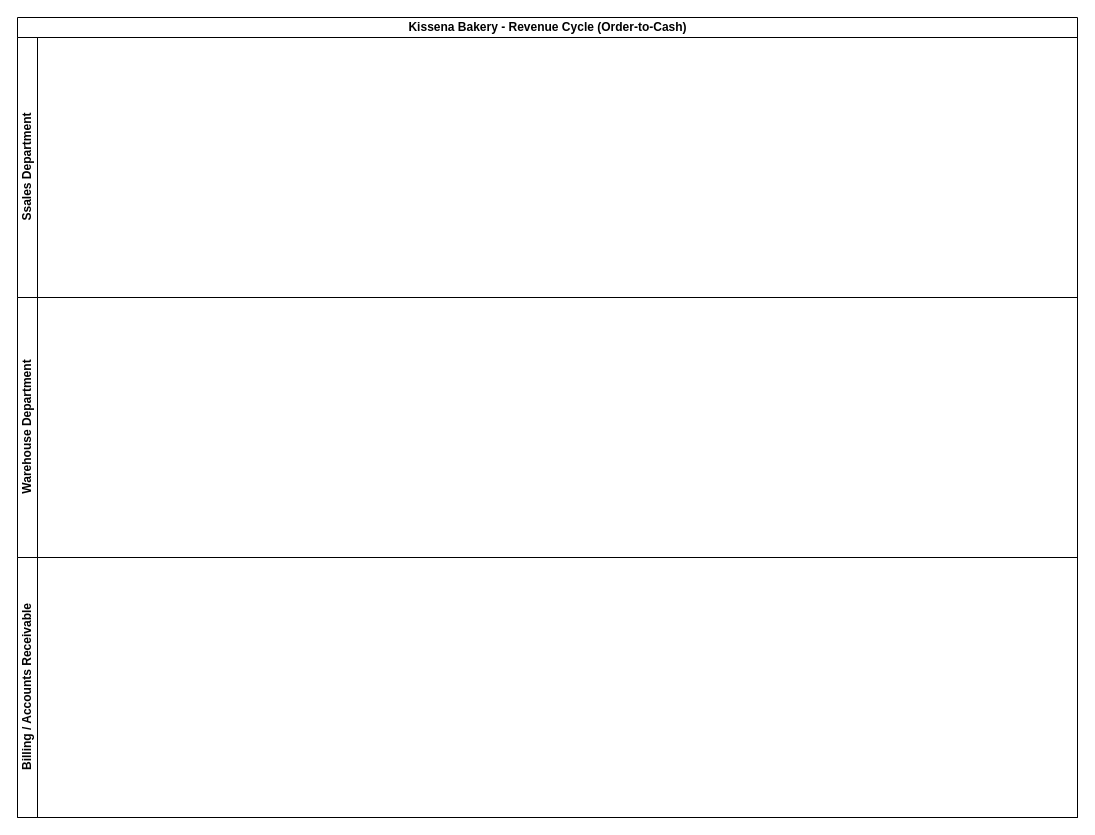
This is Revenue_Cycle_Control.drawio from callefrankie227-beep/drawio, a draw.io file, before an edit. Source tidied: cells renumbered, new cells numbered last; positions are measured from the earlier drawing's top-left corner, leaving out a move shared by most shapes. Both pictures are drawn from the tidied source at 100%, with x=0, y=0 at pixel (17, 17).
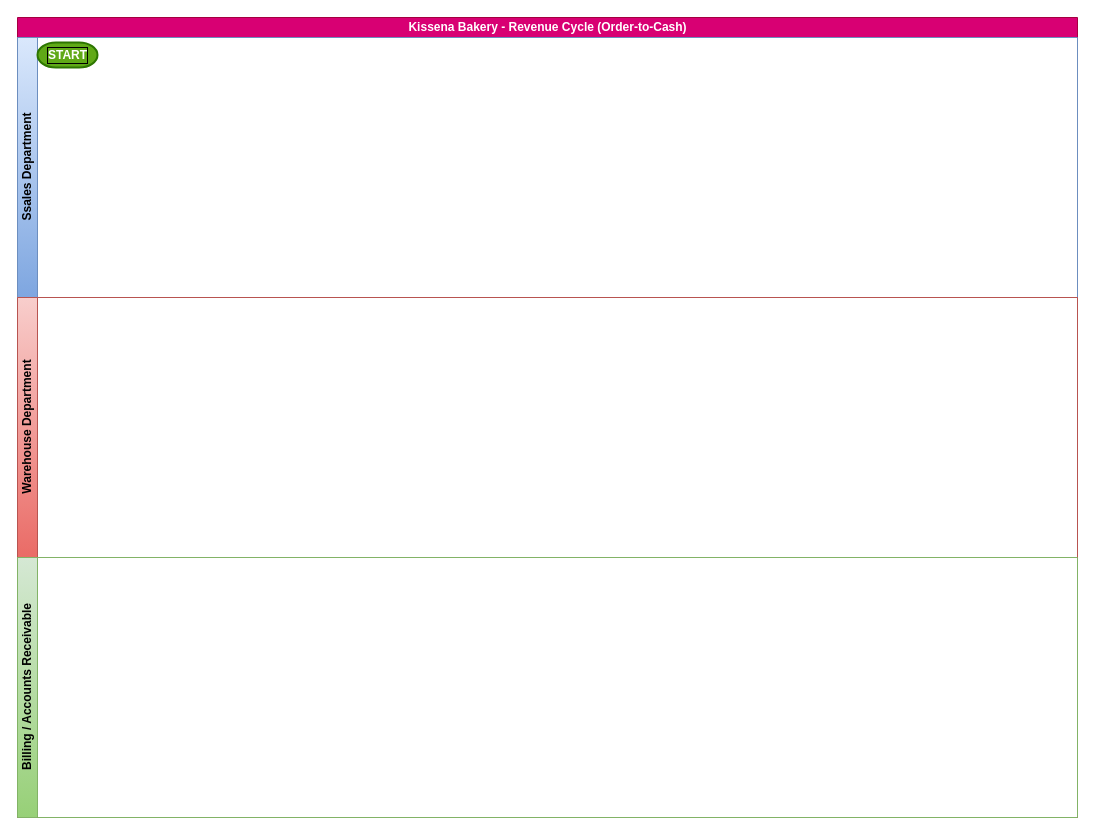
Above is the later version.

The edit, as a diff of the source:
```diff
@@
 <mxGraphModel>
   <root>
     <mxCell id="0" />
     <mxCell id="1" parent="0" />
-    <mxCell id="2" value="Kissena Bakery - Revenue Cycle (Order-to-Cash)" style="swimlane;horizontal=1;startSize=20;html=1;" parent="1" vertex="1">
+    <mxCell id="2" value="Kissena Bakery - Revenue Cycle (Order-to-Cash)" style="swimlane;horizontal=1;startSize=20;html=1;fillColor=#d80073;strokeColor=#A50040;fontColor=#ffffff;" parent="1" vertex="1">
       <mxGeometry width="1060" height="800" as="geometry" />
     </mxCell>
-    <mxCell id="3" value="Ssales Department" style="swimlane;startSize=20;horizontal=0;html=1;" parent="2" vertex="1">
+    <mxCell id="3" value="Ssales Department" style="swimlane;startSize=20;horizontal=0;html=1;fillColor=#dae8fc;gradientColor=#7ea6e0;strokeColor=#6c8ebf;labelBorderColor=none;" parent="2" vertex="1">
       <mxGeometry y="20" width="1060" height="260" as="geometry" />
     </mxCell>
+    <mxCell id="6" value="&lt;b&gt;START&lt;/b&gt;" style="strokeWidth=2;html=1;shape=mxgraph.flowchart.terminator;fillColor=#60a917;strokeColor=#2D7600;fontColor=#ffffff;labelBorderColor=light-dark(#000000,#66FF66);" parent="3" vertex="1">
+      <mxGeometry x="20" y="5" width="60" height="25" as="geometry" />
+    </mxCell>
-    <mxCell id="4" value="Warehouse Department" style="swimlane;startSize=20;horizontal=0;html=1;" parent="2" vertex="1">
+    <mxCell id="4" value="Warehouse Department" style="swimlane;startSize=20;horizontal=0;html=1;fillColor=#f8cecc;gradientColor=#ea6b66;strokeColor=#b85450;" parent="2" vertex="1">
       <mxGeometry y="280" width="1060" height="260" as="geometry" />
     </mxCell>
-    <mxCell id="5" value="Billing / Accounts Receivable" style="swimlane;startSize=20;horizontal=0;html=1;" parent="2" vertex="1">
+    <mxCell id="5" value="Billing / Accounts Receivable" style="swimlane;startSize=20;horizontal=0;html=1;fillColor=#d5e8d4;gradientColor=#97d077;strokeColor=#82b366;" parent="2" vertex="1">
       <mxGeometry y="540" width="1060" height="260" as="geometry" />
     </mxCell>
   </root>
 </mxGraphModel>
```
